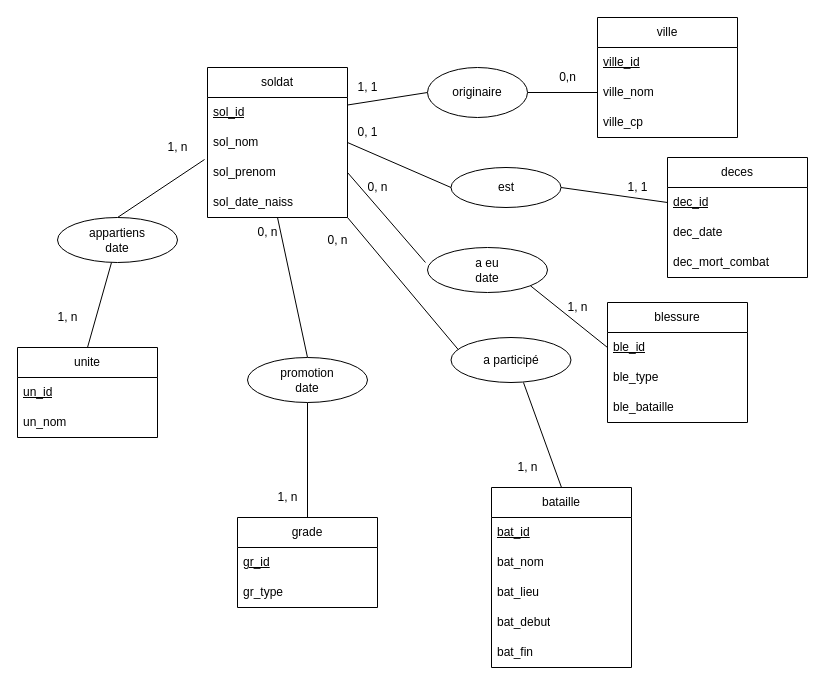
Earlier version of the draw.io diagram Historien.drawio (Jojogit68/isoflat.github.io). Source tidied: cells renumbered, new cells numbered last; positions are measured from the earlier drawing's top-left corner, leaving out a move shared by most shapes. Both pictures are drawn from the tidied source at 100%, with x=0, y=0 at pixel (17, 17).
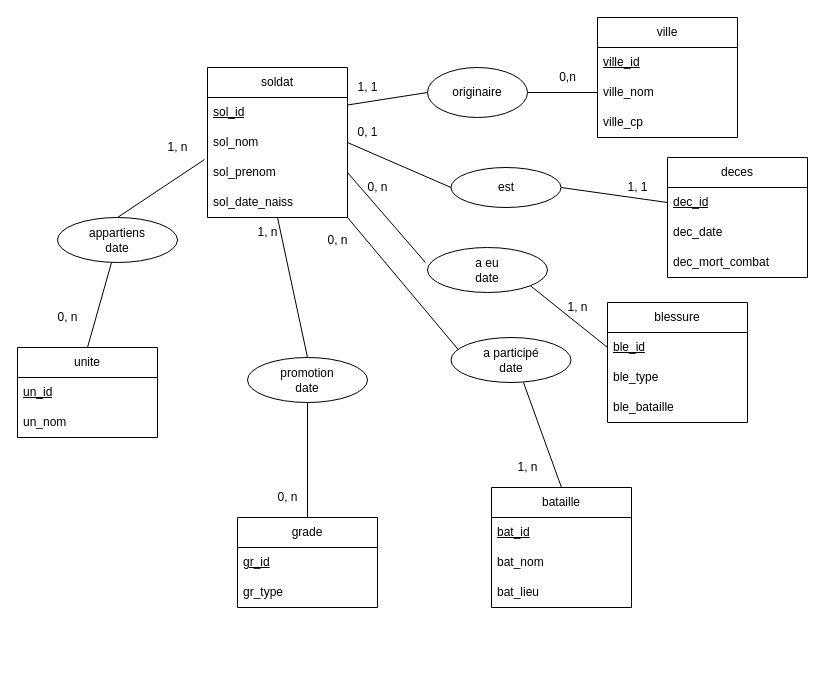
The same page after the edit.

Commit message (it also covers changes not shown here):
Mettre à jour Historien.drawio

The edit, as a diff of the source:
```diff
@@
     <mxCell id="15" value="bataille" style="swimlane;fontStyle=0;horizontal=1;startSize=30;whiteSpace=wrap;html=1;" parent="1" vertex="1">
-      <mxGeometry x="474" y="470" width="140" height="180" as="geometry" />
+      <mxGeometry x="474" y="470" width="140" height="120" as="geometry" />
     </mxCell>
@@
-    <mxCell id="19" value="bat_debut" style="text;strokeColor=none;fillColor=none;align=left;verticalAlign=middle;spacingLeft=4;spacingRight=4;overflow=hidden;whiteSpace=wrap;html=1;" parent="15" vertex="1">
-      <mxGeometry y="120" width="140" height="30" as="geometry" />
-    </mxCell>
-    <mxCell id="20" value="bat_fin" style="text;strokeColor=none;fillColor=none;align=left;verticalAlign=middle;spacingLeft=4;spacingRight=4;overflow=hidden;whiteSpace=wrap;html=1;" parent="15" vertex="1">
-      <mxGeometry y="150" width="140" height="30" as="geometry" />
-    </mxCell>
@@
-    <mxCell id="43" value="a participé" style="ellipse;whiteSpace=wrap;html=1;" parent="1" vertex="1">
+    <mxCell id="43" value="&lt;div&gt;a participé&lt;/div&gt;&lt;div&gt;date&lt;/div&gt;" style="ellipse;whiteSpace=wrap;html=1;" parent="1" vertex="1">
       <mxGeometry x="433.5" y="320" width="120" height="45" as="geometry" />
     </mxCell>
@@
-    <mxCell id="51" value="0, n" style="text;html=1;align=center;verticalAlign=middle;strokeColor=none;fillColor=none;" parent="1" vertex="1">
+    <mxCell id="51" value="1, n" style="text;html=1;align=center;verticalAlign=middle;strokeColor=none;fillColor=none;" parent="1" vertex="1">
       <mxGeometry x="230" y="200" width="40" height="30" as="geometry" />
     </mxCell>
@@
-    <mxCell id="59" value="1, n" style="text;html=1;align=center;verticalAlign=middle;strokeColor=none;fillColor=none;" parent="1" vertex="1">
+    <mxCell id="59" value="0, n" style="text;html=1;align=center;verticalAlign=middle;strokeColor=none;fillColor=none;" parent="1" vertex="1">
       <mxGeometry x="250" y="465" width="40" height="30" as="geometry" />
     </mxCell>
-    <mxCell id="60" value="1, n" style="text;html=1;align=center;verticalAlign=middle;strokeColor=none;fillColor=none;" parent="1" vertex="1">
+    <mxCell id="60" value="0, n" style="text;html=1;align=center;verticalAlign=middle;strokeColor=none;fillColor=none;" parent="1" vertex="1">
       <mxGeometry x="30" y="285" width="40" height="30" as="geometry" />
     </mxCell>
```
